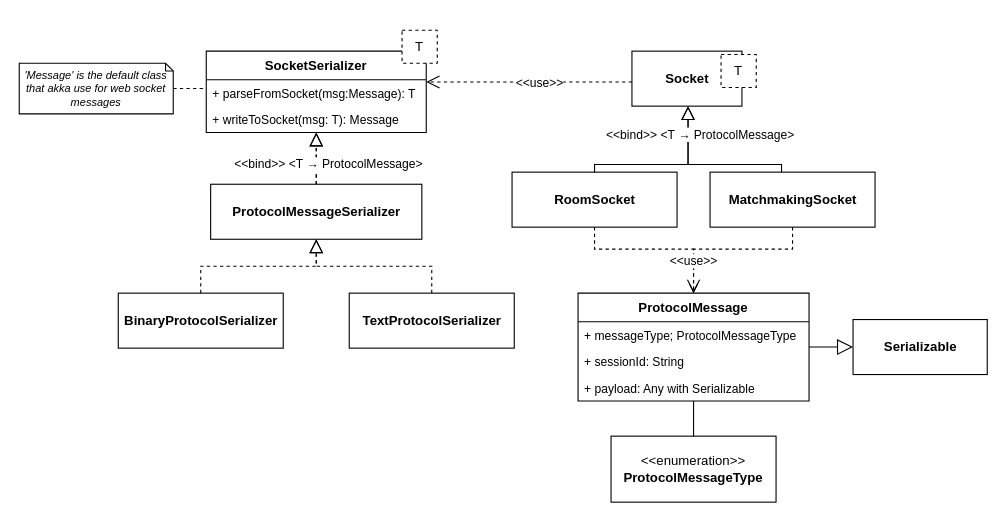
Earlier version of the draw.io diagram doc/diagrams/common/communication/communication_protocol.drawio (StefanoSalvatori/PPS-18-scala-omg). Source tidied: cells renumbered, new cells numbered last; positions are measured from the earlier drawing's top-left corner, leaving out a move shared by most shapes. Both pictures are drawn from the tidied source at 110%, with x=0, y=0 at pixel (19, 30).
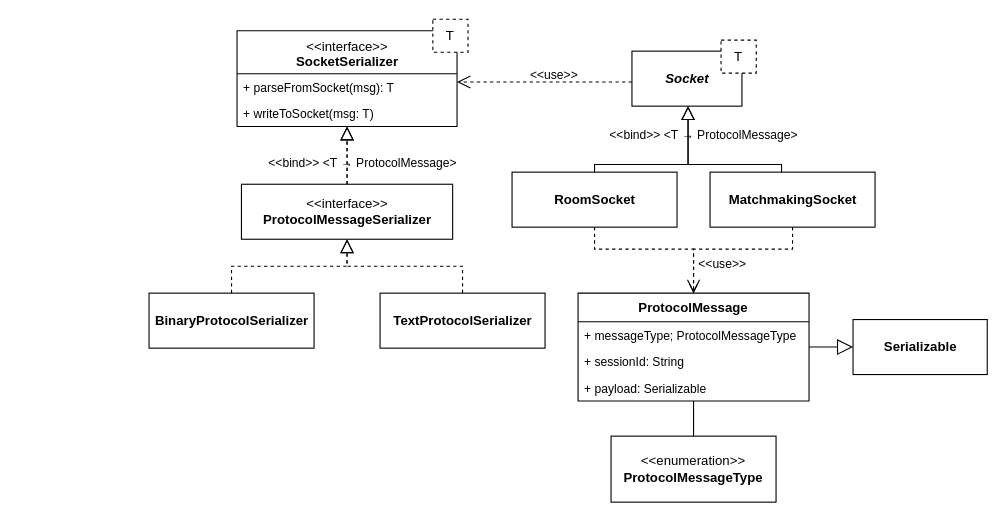
Above is the later version.

The change refers to these unchanged cells:
```xml
<mxCell id="4" style="edgeStyle=orthogonalEdgeStyle;rounded=0;jettySize=auto;html=1;dashed=1;startSize=6;endArrow=block;endFill=0;endSize=10;" parent="1" edge="1" source="9" target="30">
  <mxGeometry relative="1" as="geometry" />
</mxCell>
<mxCell id="20" style="edgeStyle=orthogonalEdgeStyle;rounded=0;jettySize=auto;html=1;entryX=0.5;entryY=0;entryDx=0;entryDy=0;dashed=1;endArrow=open;endFill=0;endSize=10;" parent="1" edge="1" source="22" target="35">
  <mxGeometry relative="1" as="geometry">
    <Array as="points">
      <mxPoint x="703" y="199" />
      <mxPoint x="613" y="199" />
    </Array>
  </mxGeometry>
</mxCell>
<mxCell id="26" style="edgeStyle=orthogonalEdgeStyle;rounded=0;jettySize=auto;html=1;fontSize=11;endArrow=block;endFill=0;endSize=10;" parent="1" edge="1" source="17" target="25">
  <mxGeometry relative="1" as="geometry">
    <Array as="points">
      <mxPoint x="523" y="122" />
      <mxPoint x="608" y="122" />
    </Array>
  </mxGeometry>
</mxCell>
<mxCell id="35" value="ProtocolMessage" style="swimlane;fontStyle=1;align=center;verticalAlign=top;horizontal=1;startSize=26;" parent="1" vertex="1">
  <mxGeometry x="508" y="239" width="210" height="98" as="geometry" />
</mxCell>
```

What changed in the source:
```diff
@@
     <mxCell id="3" value="&lt;b&gt;BinaryProtocolSerializer&lt;/b&gt;" style="html=1;" parent="1" vertex="1">
-      <mxGeometry x="90" y="239" width="150" height="50" as="geometry" />
+      <mxGeometry x="118" y="239" width="150" height="50" as="geometry" />
     </mxCell>
@@
-    <mxCell id="5" value="&amp;lt;&amp;lt;bind&amp;gt;&amp;gt; &amp;lt;T&amp;nbsp;→ ProtocolMessage&amp;gt;" style="edgeLabel;html=1;align=center;verticalAlign=middle;" parent="4" vertex="1">
+    <mxCell id="5" value="&amp;lt;&amp;lt;bind&amp;gt;&amp;gt; &amp;lt;T&amp;nbsp;→ ProtocolMessage&amp;gt;" style="edgeLabel;html=1;align=center;verticalAlign=middle;labelBackgroundColor=none;" parent="4" vertex="1">
       <mxGeometry x="-0.58" y="4" relative="1" as="geometry">
-        <mxPoint x="14" y="-9" as="offset" />
+        <mxPoint x="17" y="-9" as="offset" />
       </mxGeometry>
     </mxCell>
@@
     <mxCell id="7" value="&lt;b&gt;TextProtocolSerializer&lt;/b&gt;" style="html=1;" parent="1" vertex="1">
-      <mxGeometry x="300" y="239" width="150" height="50" as="geometry" />
+      <mxGeometry x="328" y="239" width="150" height="50" as="geometry" />
     </mxCell>
@@
-    <mxCell id="9" value="&lt;b&gt;ProtocolMessageSerializer&lt;/b&gt;" style="html=1;" parent="1" vertex="1">
-      <mxGeometry x="174" y="140" width="192" height="50" as="geometry" />
+    <mxCell id="9" value="&amp;lt;&amp;lt;interface&amp;gt;&amp;gt;&lt;br&gt;&lt;b&gt;ProtocolMessageSerializer&lt;/b&gt;" style="html=1;verticalAlign=middle;" parent="1" vertex="1">
+      <mxGeometry x="202" y="140" width="192" height="50" as="geometry" />
     </mxCell>
@@
+    <mxCell id="30" value="&lt;span style=&quot;font-weight: normal&quot;&gt;&amp;lt;&amp;lt;interface&amp;gt;&amp;gt;&lt;br&gt;&lt;/span&gt;SocketSerializer" style="swimlane;fontStyle=1;align=center;verticalAlign=top;horizontal=1;startSize=39;html=1;" parent="1" vertex="1">
+      <mxGeometry x="198" y="0.5" width="200" height="87" as="geometry" />
+    </mxCell>
+    <mxCell id="31" value="+ parseFromSocket(msg): T&#10;" style="text;strokeColor=none;fillColor=none;align=left;verticalAlign=top;spacingLeft=4;spacingRight=4;overflow=hidden;fontSize=11;" parent="30" vertex="1">
+      <mxGeometry y="39" width="200" height="24" as="geometry" />
+    </mxCell>
+    <mxCell id="32" value="+ writeToSocket(msg: T)" style="text;strokeColor=none;fillColor=none;align=left;verticalAlign=top;spacingLeft=4;spacingRight=4;overflow=hidden;fontSize=11;" parent="30" vertex="1">
+      <mxGeometry y="63" width="200" height="24" as="geometry" />
+    </mxCell>
@@
-    <mxCell id="14" style="edgeStyle=orthogonalEdgeStyle;rounded=0;jettySize=auto;html=1;endArrow=none;endFill=0;dashed=1;" parent="1" edge="1" source="15" target="30">
-      <mxGeometry relative="1" as="geometry">
-        <Array as="points">
-          <mxPoint x="130" y="56" />
-        </Array>
-      </mxGeometry>
-    </mxCell>
-    <mxCell id="15" value="'Message' is the default class that akka use for web socket messages" style="shape=note;size=7;whiteSpace=wrap;html=1;fontStyle=2;fontSize=10;" parent="1" vertex="1">
-      <mxGeometry y="30" width="140" height="46" as="geometry" />
-    </mxCell>
@@
-    <mxCell id="21" value="&amp;lt;&amp;lt;use&amp;gt;&amp;gt;" style="edgeLabel;html=1;align=center;verticalAlign=middle;" parent="20" vertex="1">
+    <mxCell id="21" value="&amp;lt;&amp;lt;use&amp;gt;&amp;gt;" style="edgeLabel;html=1;align=center;verticalAlign=middle;labelBackgroundColor=none;" parent="20" vertex="1">
       <mxGeometry x="-0.64" y="-2" relative="1" as="geometry">
-        <mxPoint x="-83.1" y="12" as="offset" />
+        <mxPoint x="-58" y="15" as="offset" />
       </mxGeometry>
     </mxCell>
@@
     <mxCell id="23" style="edgeStyle=orthogonalEdgeStyle;rounded=0;jettySize=auto;html=1;endArrow=open;endFill=0;dashed=1;endSize=10;" parent="1" edge="1" source="25" target="30">
       <mxGeometry relative="1" as="geometry">
         <Array as="points">
-          <mxPoint x="410" y="47" />
-          <mxPoint x="410" y="47" />
+          <mxPoint x="438" y="47" />
+          <mxPoint x="438" y="47" />
         </Array>
       </mxGeometry>
     </mxCell>
-    <mxCell id="24" value="&amp;lt;&amp;lt;use&amp;gt;&amp;gt;" style="edgeLabel;html=1;align=center;verticalAlign=middle;" parent="23" vertex="1">
-      <mxGeometry x="-0.09" relative="1" as="geometry" />
+    <mxCell id="24" value="&amp;lt;&amp;lt;use&amp;gt;&amp;gt;" style="edgeLabel;html=1;align=center;verticalAlign=middle;labelBackgroundColor=none;" parent="23" vertex="1">
+      <mxGeometry x="-0.09" relative="1" as="geometry">
+        <mxPoint y="-7" as="offset" />
+      </mxGeometry>
     </mxCell>
-    <mxCell id="25" value="&lt;b&gt;Socket&lt;/b&gt;" style="html=1;" parent="1" vertex="1">
+    <mxCell id="25" value="&lt;b&gt;Socket&lt;/b&gt;" style="html=1;fontStyle=2;" parent="1" vertex="1">
       <mxGeometry x="557" y="19" width="100" height="50" as="geometry" />
     </mxCell>
@@
-    <mxCell id="28" value="&amp;lt;&amp;lt;bind&amp;gt;&amp;gt; &amp;lt;T&amp;nbsp;→ ProtocolMessage&amp;gt;" style="edgeLabel;html=1;align=center;verticalAlign=middle;" parent="26" vertex="1">
+    <mxCell id="28" value="&amp;lt;&amp;lt;bind&amp;gt;&amp;gt; &amp;lt;T&amp;nbsp;→ ProtocolMessage&amp;gt;" style="edgeLabel;html=1;align=center;verticalAlign=middle;labelBackgroundColor=none;" parent="26" vertex="1">
       <mxGeometry x="0.76" y="1" relative="1" as="geometry">
-        <mxPoint x="11" y="8" as="offset" />
+        <mxPoint x="14" y="8" as="offset" />
       </mxGeometry>
     </mxCell>
     <mxCell id="29" value="T" style="rounded=0;whiteSpace=wrap;html=1;fillColor=#ffffff;dashed=1;" parent="1" vertex="1">
-      <mxGeometry x="638" y="22" width="32" height="30" as="geometry" />
+      <mxGeometry x="638" y="9" width="32" height="30" as="geometry" />
     </mxCell>
-    <mxCell id="30" value="SocketSerializer&#10;" style="swimlane;fontStyle=1;align=center;verticalAlign=top;horizontal=1;startSize=26;" parent="1" vertex="1">
-      <mxGeometry x="170" y="19" width="200" height="74" as="geometry" />
-    </mxCell>
-    <mxCell id="31" value="+ parseFromSocket(msg:Message): T&#10;" style="text;strokeColor=none;fillColor=none;align=left;verticalAlign=top;spacingLeft=4;spacingRight=4;overflow=hidden;fontSize=11;" parent="30" vertex="1">
-      <mxGeometry y="26" width="200" height="24" as="geometry" />
-    </mxCell>
-    <mxCell id="32" value="+ writeToSocket(msg: T): Message" style="text;strokeColor=none;fillColor=none;align=left;verticalAlign=top;spacingLeft=4;spacingRight=4;overflow=hidden;fontSize=11;" parent="30" vertex="1">
-      <mxGeometry y="50" width="200" height="24" as="geometry" />
-    </mxCell>
     <mxCell id="33" value="T" style="rounded=0;whiteSpace=wrap;html=1;fillColor=#ffffff;dashed=1;" parent="1" vertex="1">
-      <mxGeometry x="348" width="32" height="30" as="geometry" />
+      <mxGeometry x="376" y="-10" width="32" height="30" as="geometry" />
     </mxCell>
@@
-    <mxCell id="38" value="+ payload: Any with Serializable" style="text;strokeColor=none;fillColor=none;align=left;verticalAlign=top;spacingLeft=4;spacingRight=4;overflow=hidden;fontSize=11;" parent="35" vertex="1">
+    <mxCell id="38" value="+ payload: Serializable" style="text;strokeColor=none;fillColor=none;align=left;verticalAlign=top;spacingLeft=4;spacingRight=4;overflow=hidden;fontSize=11;" parent="35" vertex="1">
       <mxGeometry y="74" width="210" height="24" as="geometry" />
     </mxCell>
```
